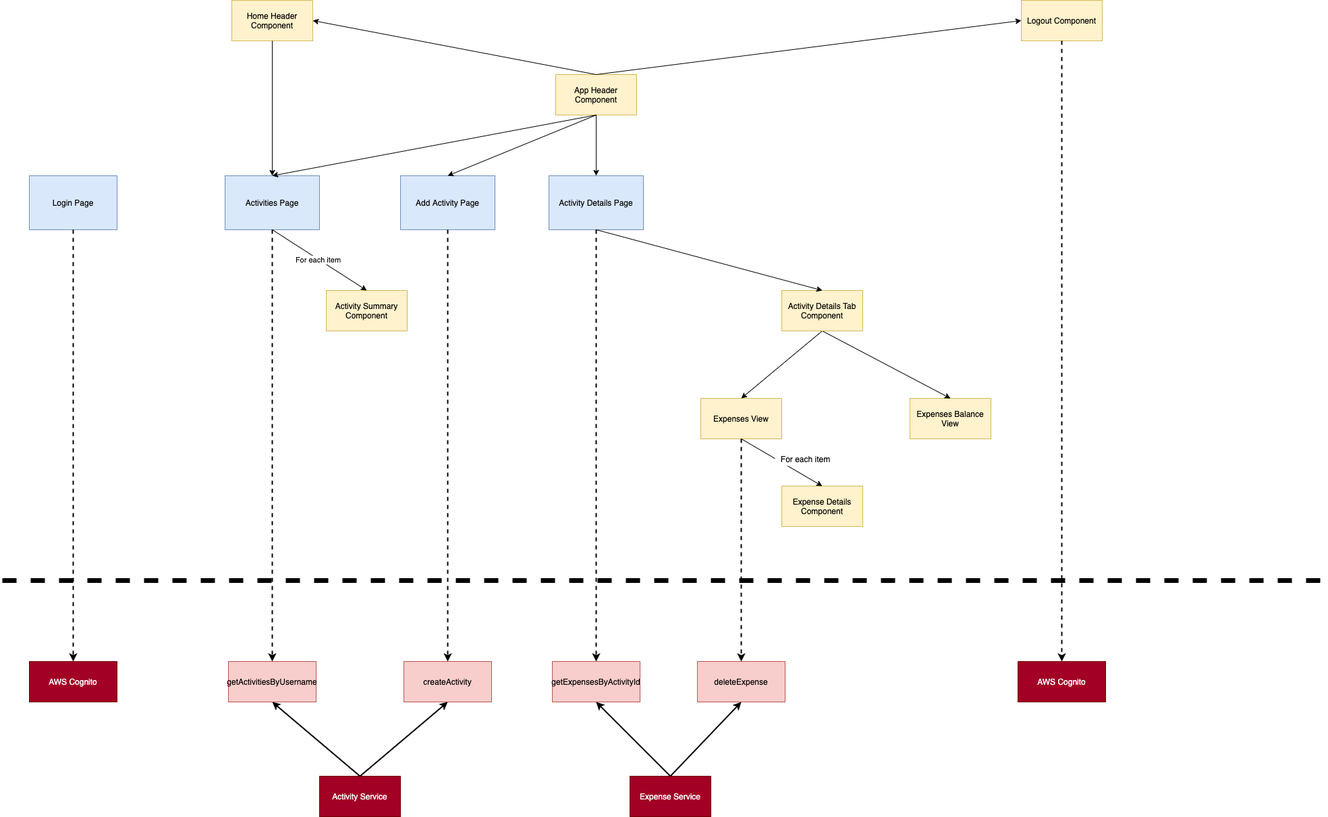
Above: docs/xpenses_architecture.png in ths83/-xpensesApp (draw.io), before the change. Source tidied: cells renumbered, new cells last; positions are measured from the earlier drawing's top-left corner, leaving out a move shared by most shapes. Source of this version:
```xml
<mxGraphModel>
  <root>
    <mxCell id="0" />
    <mxCell id="1" parent="0" />
    <mxCell id="2" value="Activities Page" style="rounded=0;whiteSpace=wrap;html=1;fillColor=#dae8fc;strokeColor=#6c8ebf;" parent="1" vertex="1">
      <mxGeometry x="330" y="260" width="140" height="80" as="geometry" />
    </mxCell>
    <mxCell id="3" value="Activity Details Page" style="rounded=0;whiteSpace=wrap;html=1;fillColor=#dae8fc;strokeColor=#6c8ebf;" parent="1" vertex="1">
      <mxGeometry x="810" y="260" width="140" height="80" as="geometry" />
    </mxCell>
    <mxCell id="4" value="Add Activity Page" style="rounded=0;whiteSpace=wrap;html=1;fillColor=#dae8fc;strokeColor=#6c8ebf;" parent="1" vertex="1">
      <mxGeometry x="590" y="260" width="140" height="80" as="geometry" />
    </mxCell>
    <mxCell id="5" value="Expenses View" style="rounded=0;whiteSpace=wrap;html=1;fillColor=#fff2cc;strokeColor=#d6b656;" parent="1" vertex="1">
      <mxGeometry x="1035" y="590" width="120" height="60" as="geometry" />
    </mxCell>
    <mxCell id="6" value="Expenses Balance View" style="rounded=0;whiteSpace=wrap;html=1;fillColor=#fff2cc;strokeColor=#d6b656;" parent="1" vertex="1">
      <mxGeometry x="1345" y="590" width="120" height="60" as="geometry" />
    </mxCell>
    <mxCell id="7" style="endArrow=classic;html=1;exitX=0.5;exitY=1;exitDx=0;exitDy=0;entryX=0.5;entryY=0;entryDx=0;entryDy=0;" parent="1" edge="1" source="9" target="5">
      <mxGeometry relative="1" as="geometry" />
    </mxCell>
    <mxCell id="8" style="endArrow=classic;html=1;exitX=0.5;exitY=1;exitDx=0;exitDy=0;entryX=0.5;entryY=0;entryDx=0;entryDy=0;" parent="1" edge="1" source="9" target="6">
      <mxGeometry relative="1" as="geometry" />
    </mxCell>
    <mxCell id="9" value="Activity Details Tab Component" style="rounded=0;whiteSpace=wrap;html=1;fillColor=#fff2cc;strokeColor=#d6b656;" parent="1" vertex="1">
      <mxGeometry x="1155" y="430" width="120" height="60" as="geometry" />
    </mxCell>
    <mxCell id="10" style="endArrow=classic;html=1;entryX=0.5;entryY=0;entryDx=0;entryDy=0;exitX=0.5;exitY=1;exitDx=0;exitDy=0;" parent="1" edge="1" source="3" target="9">
      <mxGeometry relative="1" as="geometry" />
    </mxCell>
    <mxCell id="11" value="App Header Component" style="rounded=0;whiteSpace=wrap;html=1;fillColor=#fff2cc;strokeColor=#d6b656;" parent="1" vertex="1">
      <mxGeometry x="820" y="110" width="120" height="60" as="geometry" />
    </mxCell>
    <mxCell id="12" value="Home Header Component" style="rounded=0;whiteSpace=wrap;html=1;fillColor=#fff2cc;strokeColor=#d6b656;" parent="1" vertex="1">
      <mxGeometry x="340" width="120" height="60" as="geometry" />
    </mxCell>
    <mxCell id="13" value="Logout Component" style="rounded=0;whiteSpace=wrap;html=1;fillColor=#fff2cc;strokeColor=#d6b656;" parent="1" vertex="1">
      <mxGeometry x="1510" width="120" height="60" as="geometry" />
    </mxCell>
    <mxCell id="14" style="endArrow=classic;html=1;entryX=1;entryY=0.5;entryDx=0;entryDy=0;exitX=0.5;exitY=0;exitDx=0;exitDy=0;" parent="1" edge="1" source="11" target="12">
      <mxGeometry relative="1" as="geometry" />
    </mxCell>
    <mxCell id="15" style="endArrow=classic;html=1;entryX=0;entryY=0.5;entryDx=0;entryDy=0;exitX=0.5;exitY=0;exitDx=0;exitDy=0;" parent="1" edge="1" source="11" target="13">
      <mxGeometry relative="1" as="geometry" />
    </mxCell>
    <mxCell id="16" style="endArrow=classic;html=1;entryX=0.5;entryY=0;entryDx=0;entryDy=0;exitX=0.5;exitY=1;exitDx=0;exitDy=0;" parent="1" edge="1" source="11" target="3">
      <mxGeometry relative="1" as="geometry" />
    </mxCell>
    <mxCell id="17" style="endArrow=classic;html=1;entryX=0.5;entryY=0;entryDx=0;entryDy=0;exitX=0.5;exitY=1;exitDx=0;exitDy=0;" parent="1" edge="1" source="11" target="4">
      <mxGeometry relative="1" as="geometry" />
    </mxCell>
    <mxCell id="18" style="endArrow=classic;html=1;entryX=0.5;entryY=0;entryDx=0;entryDy=0;exitX=0.5;exitY=1;exitDx=0;exitDy=0;" parent="1" edge="1" source="11" target="2">
      <mxGeometry relative="1" as="geometry" />
    </mxCell>
    <mxCell id="19" value="Activity Summary Component" style="rounded=0;whiteSpace=wrap;html=1;fillColor=#fff2cc;strokeColor=#d6b656;" parent="1" vertex="1">
      <mxGeometry x="480" y="430" width="120" height="60" as="geometry" />
    </mxCell>
    <mxCell id="20" style="endArrow=classic;html=1;entryX=0.5;entryY=0;entryDx=0;entryDy=0;exitX=0.5;exitY=1;exitDx=0;exitDy=0;" parent="1" edge="1" source="2" target="19">
      <mxGeometry relative="1" as="geometry" />
    </mxCell>
    <mxCell id="21" value="For each item" style="edgeLabel;html=1;align=center;verticalAlign=middle;" parent="20" vertex="1">
      <mxGeometry x="-0.02" y="-1" relative="1" as="geometry" />
    </mxCell>
    <mxCell id="22" value="Expense Details Component" style="rounded=0;whiteSpace=wrap;html=1;fillColor=#fff2cc;strokeColor=#d6b656;" parent="1" vertex="1">
      <mxGeometry x="1155" y="720" width="120" height="60" as="geometry" />
    </mxCell>
    <mxCell id="23" style="endArrow=classic;html=1;entryX=0.5;entryY=0;entryDx=0;entryDy=0;exitX=0.5;exitY=1;exitDx=0;exitDy=0;" parent="1" edge="1" source="5" target="22">
      <mxGeometry relative="1" as="geometry" />
    </mxCell>
    <mxCell id="24" value="For each item" style="text;html=1;align=center;verticalAlign=middle;fillColor=#FFFFFF;" parent="1" vertex="1">
      <mxGeometry x="1145" y="670" width="90" height="20" as="geometry" />
    </mxCell>
    <mxCell id="25" value="Login Page" style="rounded=0;whiteSpace=wrap;html=1;fillColor=#dae8fc;strokeColor=#6c8ebf;" parent="1" vertex="1">
      <mxGeometry x="40" y="260" width="130" height="80" as="geometry" />
    </mxCell>
    <mxCell id="26" value="AWS Cognito" style="rounded=0;whiteSpace=wrap;html=1;fillColor=#a20025;strokeColor=#6F0000;fontColor=#ffffff;" parent="1" vertex="1">
      <mxGeometry x="40" y="980" width="130" height="60" as="geometry" />
    </mxCell>
    <mxCell id="27" value="getActivitiesByUsername" style="rounded=0;whiteSpace=wrap;html=1;fillColor=#f8cecc;strokeColor=#b85450;" parent="1" vertex="1">
      <mxGeometry x="335" y="980" width="130" height="60" as="geometry" />
    </mxCell>
    <mxCell id="28" value="getExpensesByActivityId" style="rounded=0;whiteSpace=wrap;html=1;fillColor=#f8cecc;strokeColor=#b85450;" parent="1" vertex="1">
      <mxGeometry x="815" y="980" width="130" height="60" as="geometry" />
    </mxCell>
    <mxCell id="29" value="createActivity" style="rounded=0;whiteSpace=wrap;html=1;fillColor=#f8cecc;strokeColor=#b85450;" parent="1" vertex="1">
      <mxGeometry x="595" y="980" width="130" height="60" as="geometry" />
    </mxCell>
    <mxCell id="30" style="endArrow=classic;html=1;entryX=0.5;entryY=0;entryDx=0;entryDy=0;exitX=0.5;exitY=1;exitDx=0;exitDy=0;" parent="1" edge="1" source="12" target="2">
      <mxGeometry relative="1" as="geometry" />
    </mxCell>
    <mxCell id="31" value="AWS Cognito" style="rounded=0;whiteSpace=wrap;html=1;fillColor=#a20025;strokeColor=#6F0000;fontColor=#ffffff;" parent="1" vertex="1">
      <mxGeometry x="1505" y="980" width="130" height="60" as="geometry" />
    </mxCell>
    <mxCell id="32" style="endArrow=classic;html=1;dashed=1;entryX=0.5;entryY=0;entryDx=0;entryDy=0;exitX=0.5;exitY=1;exitDx=0;exitDy=0;strokeWidth=2;" parent="1" edge="1" source="13" target="31">
      <mxGeometry relative="1" as="geometry" />
    </mxCell>
    <mxCell id="33" style="endArrow=classic;html=1;dashed=1;entryX=0.5;entryY=0;entryDx=0;entryDy=0;exitX=0.5;exitY=1;exitDx=0;exitDy=0;strokeWidth=2;" parent="1" edge="1" source="25" target="26">
      <mxGeometry relative="1" as="geometry" />
    </mxCell>
    <mxCell id="34" style="endArrow=classic;html=1;dashed=1;entryX=0.5;entryY=0;entryDx=0;entryDy=0;exitX=0.5;exitY=1;exitDx=0;exitDy=0;strokeWidth=2;" parent="1" edge="1" source="2" target="27">
      <mxGeometry relative="1" as="geometry" />
    </mxCell>
    <mxCell id="35" style="endArrow=classic;html=1;dashed=1;entryX=0.5;entryY=0;entryDx=0;entryDy=0;exitX=0.5;exitY=1;exitDx=0;exitDy=0;strokeWidth=2;" parent="1" edge="1" source="4" target="29">
      <mxGeometry relative="1" as="geometry" />
    </mxCell>
    <mxCell id="36" style="endArrow=classic;html=1;dashed=1;entryX=0.5;entryY=0;entryDx=0;entryDy=0;exitX=0.5;exitY=1;exitDx=0;exitDy=0;strokeWidth=2;" parent="1" edge="1" source="3" target="28">
      <mxGeometry relative="1" as="geometry" />
    </mxCell>
    <mxCell id="37" style="endArrow=none;dashed=1;html=1;strokeWidth=7;" parent="1" edge="1">
      <mxGeometry relative="1" as="geometry">
        <mxPoint y="860" as="sourcePoint" />
        <mxPoint x="1960" y="860" as="targetPoint" />
      </mxGeometry>
    </mxCell>
    <mxCell id="38" value="deleteExpense" style="rounded=0;whiteSpace=wrap;html=1;fillColor=#f8cecc;strokeColor=#b85450;" parent="1" vertex="1">
      <mxGeometry x="1030" y="980" width="130" height="60" as="geometry" />
    </mxCell>
    <mxCell id="39" style="endArrow=classic;html=1;dashed=1;entryX=0.5;entryY=0;entryDx=0;entryDy=0;strokeWidth=2;exitX=0.5;exitY=1;exitDx=0;exitDy=0;" parent="1" edge="1" source="5" target="38">
      <mxGeometry relative="1" as="geometry" />
    </mxCell>
    <mxCell id="40" value="Activity Service&lt;span style=&quot;color: rgba(0 , 0 , 0 , 0) ; font-family: monospace ; font-size: 0px&quot;&gt;%3CmxGraphModel%3E%3Croot%3E%3CmxCell%20id%3D%220%22%2F%3E%3CmxCell%20id%3D%221%22%20parent%3D%220%22%2F%3E%3CmxCell%20id%3D%222%22%20value%3D%22%22%20style%3D%22endArrow%3Dclassic%3Bhtml%3D1%3Bdashed%3D1%3BentryX%3D0.5%3BentryY%3D0%3BentryDx%3D0%3BentryDy%3D0%3BexitX%3D0.5%3BexitY%3D1%3BexitDx%3D0%3BexitDy%3D0%3BstrokeWidth%3D2%3B%22%20edge%3D%221%22%20parent%3D%221%22%3E%3CmxGeometry%20width%3D%2250%22%20height%3D%2250%22%20relative%3D%221%22%20as%3D%22geometry%22%3E%3CmxPoint%20x%3D%22560%22%20y%3D%22400%22%20as%3D%22sourcePoint%22%2F%3E%3CmxPoint%20x%3D%22560%22%20y%3D%221040%22%20as%3D%22targetPoint%22%2F%3E%3C%2FmxGeometry%3E%3C%2FmxCell%3E%3C%2Froot%3E%3C%2FmxGraphModel%3E&lt;/span&gt;" style="rounded=0;whiteSpace=wrap;html=1;fillColor=#a20025;strokeColor=#6F0000;fontColor=#ffffff;" parent="1" vertex="1">
      <mxGeometry x="470" y="1150" width="120" height="60" as="geometry" />
    </mxCell>
    <mxCell id="41" value="Expense Service&lt;span style=&quot;color: rgba(0 , 0 , 0 , 0) ; font-family: monospace ; font-size: 0px&quot;&gt;%3CmxGraphModel%3E%3Croot%3E%3CmxCell%20id%3D%220%22%2F%3E%3CmxCell%20id%3D%221%22%20parent%3D%220%22%2F%3E%3CmxCell%20id%3D%222%22%20value%3D%22%22%20style%3D%22endArrow%3Dclassic%3Bhtml%3D1%3Bdashed%3D1%3BentryX%3D0.5%3BentryY%3D0%3BentryDx%3D0%3BentryDy%3D0%3BexitX%3D0.5%3BexitY%3D1%3BexitDx%3D0%3BexitDy%3D0%3BstrokeWidth%3D2%3B%22%20edge%3D%221%22%20parent%3D%221%22%3E%3CmxGeometry%20width%3D%2250%22%20height%3D%2250%22%20relative%3D%221%22%20as%3D%22geometry%22%3E%3CmxPoint%20x%3D%22560%22%20y%3D%22400%22%20as%3D%22sourcePoint%22%2F%3E%3CmxPoint%20x%3D%22560%22%20y%3D%221040%22%20as%3D%22targetPoint%22%2F%3E%3C%2FmxGeometry%3E%3C%2FmxCell%3E%3C%2Froot%3E%3C%2FmxGraphModel%3E&lt;/span&gt;" style="rounded=0;whiteSpace=wrap;html=1;fillColor=#a20025;strokeColor=#6F0000;fontColor=#ffffff;" parent="1" vertex="1">
      <mxGeometry x="930" y="1150" width="120" height="60" as="geometry" />
    </mxCell>
    <mxCell id="42" style="endArrow=classic;html=1;strokeWidth=2;entryX=0.5;entryY=1;entryDx=0;entryDy=0;exitX=0.5;exitY=0;exitDx=0;exitDy=0;" parent="1" edge="1" source="40" target="29">
      <mxGeometry relative="1" as="geometry" />
    </mxCell>
    <mxCell id="43" style="endArrow=classic;html=1;strokeWidth=2;entryX=0.5;entryY=1;entryDx=0;entryDy=0;exitX=0.5;exitY=0;exitDx=0;exitDy=0;" parent="1" edge="1" source="40" target="27">
      <mxGeometry relative="1" as="geometry">
        <Array as="points">
          <mxPoint x="400" y="1040" />
        </Array>
      </mxGeometry>
    </mxCell>
    <mxCell id="44" style="endArrow=classic;html=1;strokeWidth=2;entryX=0.5;entryY=1;entryDx=0;entryDy=0;exitX=0.5;exitY=0;exitDx=0;exitDy=0;" parent="1" edge="1" source="41" target="28">
      <mxGeometry relative="1" as="geometry" />
    </mxCell>
    <mxCell id="45" style="endArrow=classic;html=1;strokeWidth=2;entryX=0.5;entryY=1;entryDx=0;entryDy=0;exitX=0.5;exitY=0;exitDx=0;exitDy=0;" parent="1" edge="1" source="41" target="38">
      <mxGeometry relative="1" as="geometry" />
    </mxCell>
  </root>
</mxGraphModel>
```
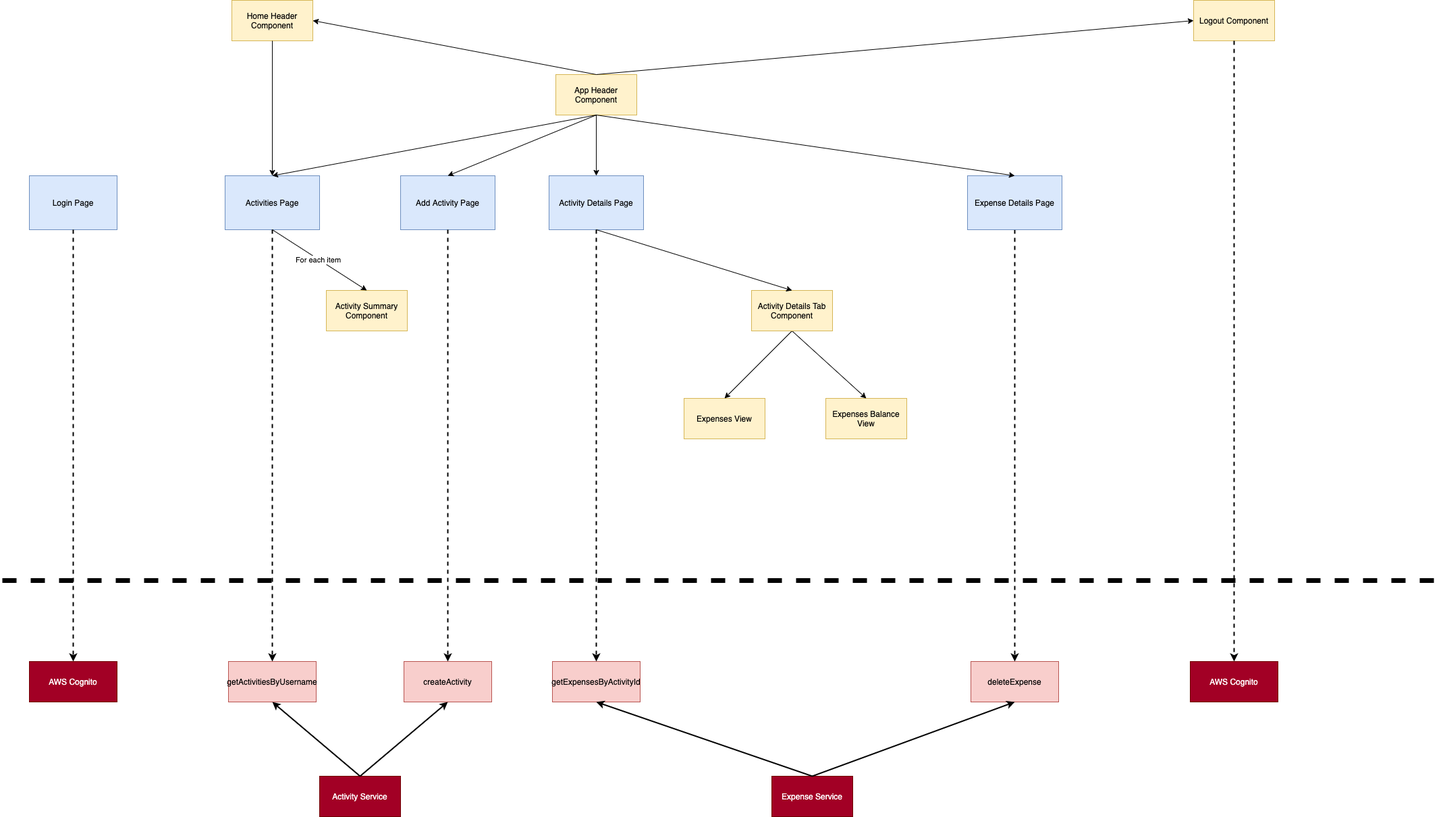
Above is the later version.

What changed in the source:
```diff
@@ -12,10 +12,10 @@
       <mxGeometry x="590" y="260" width="140" height="80" as="geometry" />
     </mxCell>
     <mxCell id="5" value="Expenses View" style="rounded=0;whiteSpace=wrap;html=1;fillColor=#fff2cc;strokeColor=#d6b656;" parent="1" vertex="1">
-      <mxGeometry x="1035" y="590" width="120" height="60" as="geometry" />
+      <mxGeometry x="1010" y="590" width="120" height="60" as="geometry" />
     </mxCell>
     <mxCell id="6" value="Expenses Balance View" style="rounded=0;whiteSpace=wrap;html=1;fillColor=#fff2cc;strokeColor=#d6b656;" parent="1" vertex="1">
-      <mxGeometry x="1345" y="590" width="120" height="60" as="geometry" />
+      <mxGeometry x="1220" y="590" width="120" height="60" as="geometry" />
     </mxCell>
     <mxCell id="7" style="endArrow=classic;html=1;exitX=0.5;exitY=1;exitDx=0;exitDy=0;entryX=0.5;entryY=0;entryDx=0;entryDy=0;" parent="1" edge="1" source="9" target="5">
       <mxGeometry relative="1" as="geometry" />
@@ -24,7 +24,7 @@
       <mxGeometry relative="1" as="geometry" />
     </mxCell>
     <mxCell id="9" value="Activity Details Tab Component" style="rounded=0;whiteSpace=wrap;html=1;fillColor=#fff2cc;strokeColor=#d6b656;" parent="1" vertex="1">
-      <mxGeometry x="1155" y="430" width="120" height="60" as="geometry" />
+      <mxGeometry x="1110" y="430" width="120" height="60" as="geometry" />
     </mxCell>
     <mxCell id="10" style="endArrow=classic;html=1;entryX=0.5;entryY=0;entryDx=0;entryDy=0;exitX=0.5;exitY=1;exitDx=0;exitDy=0;" parent="1" edge="1" source="3" target="9">
       <mxGeometry relative="1" as="geometry" />
@@ -36,7 +36,7 @@
       <mxGeometry x="340" width="120" height="60" as="geometry" />
     </mxCell>
     <mxCell id="13" value="Logout Component" style="rounded=0;whiteSpace=wrap;html=1;fillColor=#fff2cc;strokeColor=#d6b656;" parent="1" vertex="1">
-      <mxGeometry x="1510" width="120" height="60" as="geometry" />
+      <mxGeometry x="1765" width="120" height="60" as="geometry" />
     </mxCell>
     <mxCell id="14" style="endArrow=classic;html=1;entryX=1;entryY=0.5;entryDx=0;entryDy=0;exitX=0.5;exitY=0;exitDx=0;exitDy=0;" parent="1" edge="1" source="11" target="12">
       <mxGeometry relative="1" as="geometry" />
@@ -62,15 +62,6 @@
     <mxCell id="21" value="For each item" style="edgeLabel;html=1;align=center;verticalAlign=middle;" parent="20" vertex="1">
       <mxGeometry x="-0.02" y="-1" relative="1" as="geometry" />
     </mxCell>
-    <mxCell id="22" value="Expense Details Component" style="rounded=0;whiteSpace=wrap;html=1;fillColor=#fff2cc;strokeColor=#d6b656;" parent="1" vertex="1">
-      <mxGeometry x="1155" y="720" width="120" height="60" as="geometry" />
-    </mxCell>
-    <mxCell id="23" style="endArrow=classic;html=1;entryX=0.5;entryY=0;entryDx=0;entryDy=0;exitX=0.5;exitY=1;exitDx=0;exitDy=0;" parent="1" edge="1" source="5" target="22">
-      <mxGeometry relative="1" as="geometry" />
-    </mxCell>
-    <mxCell id="24" value="For each item" style="text;html=1;align=center;verticalAlign=middle;fillColor=#FFFFFF;" parent="1" vertex="1">
-      <mxGeometry x="1145" y="670" width="90" height="20" as="geometry" />
-    </mxCell>
     <mxCell id="25" value="Login Page" style="rounded=0;whiteSpace=wrap;html=1;fillColor=#dae8fc;strokeColor=#6c8ebf;" parent="1" vertex="1">
       <mxGeometry x="40" y="260" width="130" height="80" as="geometry" />
     </mxCell>
@@ -90,7 +81,7 @@
       <mxGeometry relative="1" as="geometry" />
     </mxCell>
     <mxCell id="31" value="AWS Cognito" style="rounded=0;whiteSpace=wrap;html=1;fillColor=#a20025;strokeColor=#6F0000;fontColor=#ffffff;" parent="1" vertex="1">
-      <mxGeometry x="1505" y="980" width="130" height="60" as="geometry" />
+      <mxGeometry x="1760" y="980" width="130" height="60" as="geometry" />
     </mxCell>
     <mxCell id="32" style="endArrow=classic;html=1;dashed=1;entryX=0.5;entryY=0;entryDx=0;entryDy=0;exitX=0.5;exitY=1;exitDx=0;exitDy=0;strokeWidth=2;" parent="1" edge="1" source="13" target="31">
       <mxGeometry relative="1" as="geometry" />
@@ -110,20 +101,20 @@
     <mxCell id="37" style="endArrow=none;dashed=1;html=1;strokeWidth=7;" parent="1" edge="1">
       <mxGeometry relative="1" as="geometry">
         <mxPoint y="860" as="sourcePoint" />
-        <mxPoint x="1960" y="860" as="targetPoint" />
+        <mxPoint x="2130" y="860" as="targetPoint" />
       </mxGeometry>
     </mxCell>
     <mxCell id="38" value="deleteExpense" style="rounded=0;whiteSpace=wrap;html=1;fillColor=#f8cecc;strokeColor=#b85450;" parent="1" vertex="1">
-      <mxGeometry x="1030" y="980" width="130" height="60" as="geometry" />
+      <mxGeometry x="1435" y="980" width="130" height="60" as="geometry" />
     </mxCell>
-    <mxCell id="39" style="endArrow=classic;html=1;dashed=1;entryX=0.5;entryY=0;entryDx=0;entryDy=0;strokeWidth=2;exitX=0.5;exitY=1;exitDx=0;exitDy=0;" parent="1" edge="1" source="5" target="38">
+    <mxCell id="39" style="endArrow=classic;html=1;dashed=1;entryX=0.5;entryY=0;entryDx=0;entryDy=0;strokeWidth=2;exitX=0.5;exitY=1;exitDx=0;exitDy=0;" parent="1" edge="1" source="46" target="38">
       <mxGeometry relative="1" as="geometry" />
     </mxCell>
     <mxCell id="40" value="Activity Service&lt;span style=&quot;color: rgba(0 , 0 , 0 , 0) ; font-family: monospace ; font-size: 0px&quot;&gt;%3CmxGraphModel%3E%3Croot%3E%3CmxCell%20id%3D%220%22%2F%3E%3CmxCell%20id%3D%221%22%20parent%3D%220%22%2F%3E%3CmxCell%20id%3D%222%22%20value%3D%22%22%20style%3D%22endArrow%3Dclassic%3Bhtml%3D1%3Bdashed%3D1%3BentryX%3D0.5%3BentryY%3D0%3BentryDx%3D0%3BentryDy%3D0%3BexitX%3D0.5%3BexitY%3D1%3BexitDx%3D0%3BexitDy%3D0%3BstrokeWidth%3D2%3B%22%20edge%3D%221%22%20parent%3D%221%22%3E%3CmxGeometry%20width%3D%2250%22%20height%3D%2250%22%20relative%3D%221%22%20as%3D%22geometry%22%3E%3CmxPoint%20x%3D%22560%22%20y%3D%22400%22%20as%3D%22sourcePoint%22%2F%3E%3CmxPoint%20x%3D%22560%22%20y%3D%221040%22%20as%3D%22targetPoint%22%2F%3E%3C%2FmxGeometry%3E%3C%2FmxCell%3E%3C%2Froot%3E%3C%2FmxGraphModel%3E&lt;/span&gt;" style="rounded=0;whiteSpace=wrap;html=1;fillColor=#a20025;strokeColor=#6F0000;fontColor=#ffffff;" parent="1" vertex="1">
       <mxGeometry x="470" y="1150" width="120" height="60" as="geometry" />
     </mxCell>
     <mxCell id="41" value="Expense Service&lt;span style=&quot;color: rgba(0 , 0 , 0 , 0) ; font-family: monospace ; font-size: 0px&quot;&gt;%3CmxGraphModel%3E%3Croot%3E%3CmxCell%20id%3D%220%22%2F%3E%3CmxCell%20id%3D%221%22%20parent%3D%220%22%2F%3E%3CmxCell%20id%3D%222%22%20value%3D%22%22%20style%3D%22endArrow%3Dclassic%3Bhtml%3D1%3Bdashed%3D1%3BentryX%3D0.5%3BentryY%3D0%3BentryDx%3D0%3BentryDy%3D0%3BexitX%3D0.5%3BexitY%3D1%3BexitDx%3D0%3BexitDy%3D0%3BstrokeWidth%3D2%3B%22%20edge%3D%221%22%20parent%3D%221%22%3E%3CmxGeometry%20width%3D%2250%22%20height%3D%2250%22%20relative%3D%221%22%20as%3D%22geometry%22%3E%3CmxPoint%20x%3D%22560%22%20y%3D%22400%22%20as%3D%22sourcePoint%22%2F%3E%3CmxPoint%20x%3D%22560%22%20y%3D%221040%22%20as%3D%22targetPoint%22%2F%3E%3C%2FmxGeometry%3E%3C%2FmxCell%3E%3C%2Froot%3E%3C%2FmxGraphModel%3E&lt;/span&gt;" style="rounded=0;whiteSpace=wrap;html=1;fillColor=#a20025;strokeColor=#6F0000;fontColor=#ffffff;" parent="1" vertex="1">
-      <mxGeometry x="930" y="1150" width="120" height="60" as="geometry" />
+      <mxGeometry x="1140" y="1150" width="120" height="60" as="geometry" />
     </mxCell>
     <mxCell id="42" style="endArrow=classic;html=1;strokeWidth=2;entryX=0.5;entryY=1;entryDx=0;entryDy=0;exitX=0.5;exitY=0;exitDx=0;exitDy=0;" parent="1" edge="1" source="40" target="29">
       <mxGeometry relative="1" as="geometry" />
@@ -141,5 +132,11 @@
     <mxCell id="45" style="endArrow=classic;html=1;strokeWidth=2;entryX=0.5;entryY=1;entryDx=0;entryDy=0;exitX=0.5;exitY=0;exitDx=0;exitDy=0;" parent="1" edge="1" source="41" target="38">
       <mxGeometry relative="1" as="geometry" />
     </mxCell>
+    <mxCell id="46" value="Expense Details Page" style="rounded=0;whiteSpace=wrap;html=1;fillColor=#dae8fc;strokeColor=#6c8ebf;" parent="1" vertex="1">
+      <mxGeometry x="1430" y="260" width="140" height="80" as="geometry" />
+    </mxCell>
+    <mxCell id="47" style="endArrow=classic;html=1;entryX=0.5;entryY=0;entryDx=0;entryDy=0;exitX=0.5;exitY=1;exitDx=0;exitDy=0;" parent="1" edge="1" source="11" target="46">
+      <mxGeometry relative="1" as="geometry" />
+    </mxCell>
   </root>
 </mxGraphModel>
```
